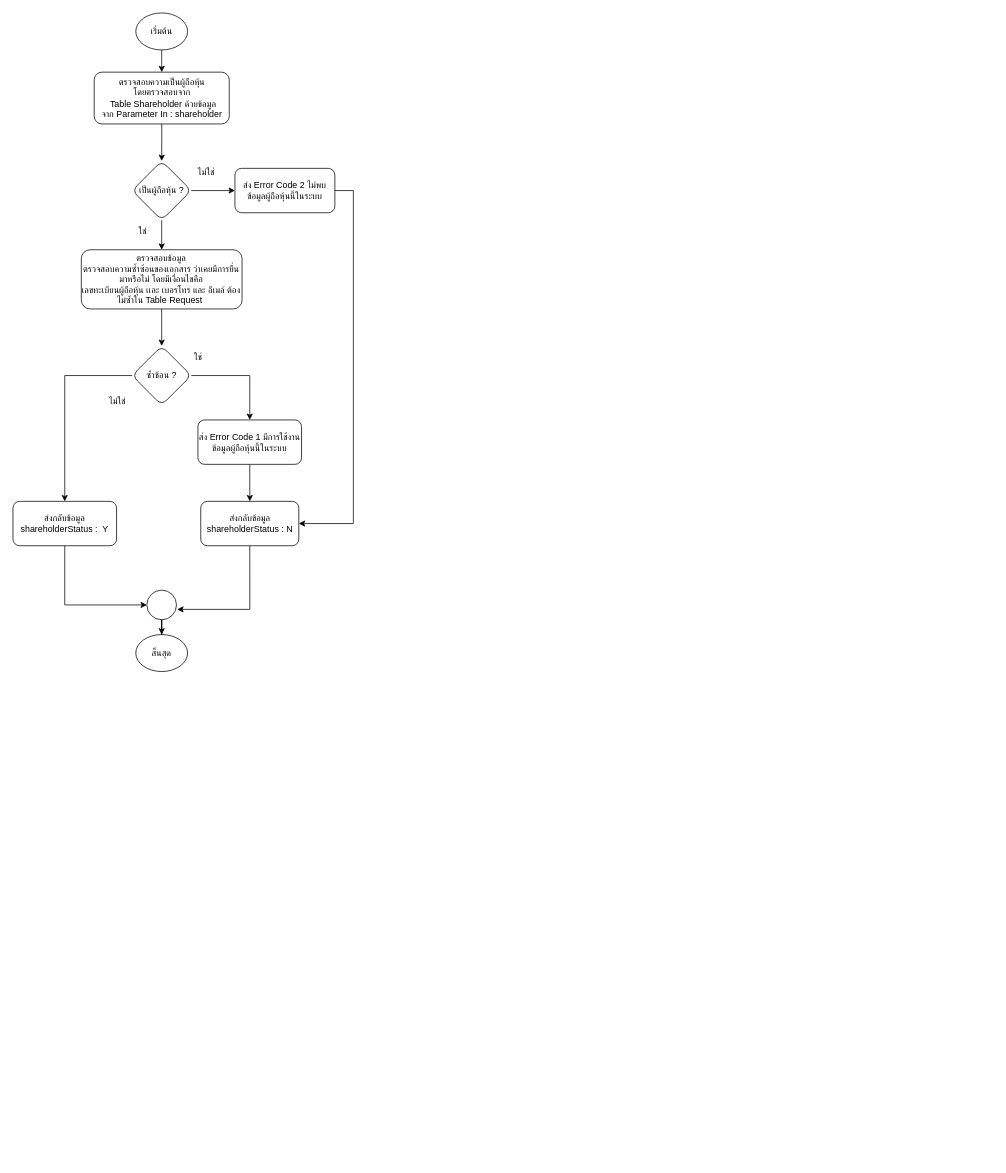
This is checkShareHolderAvailable.drawio from charifrodmanee/charifrodmanee, a draw.io file, before an edit. Source tidied: cells renumbered, new cells numbered last; positions are measured from the earlier drawing's top-left corner, leaving out a move shared by most shapes. Both pictures are drawn from the tidied source at 74%, with x=0, y=0 at pixel (13, 13).
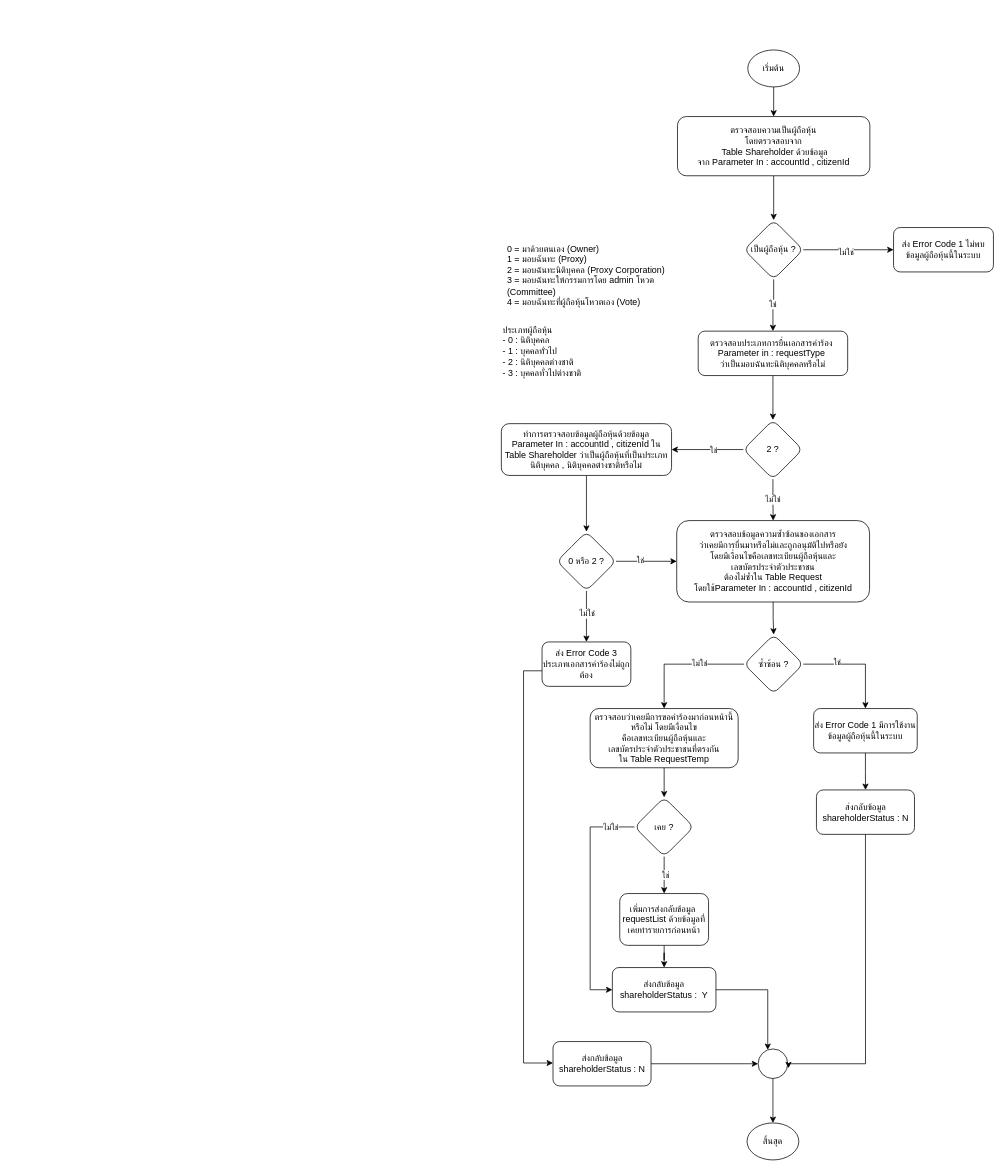
The same page after the edit.

Unchanged cells that the change refers to:
```xml
<mxCell id="17" style="edgeStyle=orthogonalEdgeStyle;rounded=0;jettySize=auto;html=1;" parent="1" edge="1" source="13" target="16">
  <mxGeometry relative="1" as="geometry" />
</mxCell>
```

Change to the diagram source:
```diff
@@
-    <mxCell id="2" style="edgeStyle=orthogonalEdgeStyle;rounded=0;jettySize=auto;html=1;" parent="1" edge="1" source="3" target="4">
-      <mxGeometry relative="1" as="geometry" />
-    </mxCell>
     <mxCell id="3" value="เริ่มต้น" style="ellipse;whiteSpace=wrap;html=1;" parent="1" vertex="1">
-      <mxGeometry x="166" width="70" height="50" as="geometry" />
+      <mxGeometry x="993" y="50" width="70" height="50" as="geometry" />
     </mxCell>
-    <mxCell id="4" value="ตรวจสอบความเป็นผู้ถือหุ้น &lt;br&gt;โดยตรวจสอบจาก&lt;br&gt;&amp;nbsp;Table Shareholder ด้วยข้อมูล&lt;br&gt;จาก Parameter In : shareholder" style="whiteSpace=wrap;html=1;rounded=1;" parent="1" vertex="1">
-      <mxGeometry x="109.8" y="80" width="182.5" height="70" as="geometry" />
-    </mxCell>
+    <mxCell id="29" style="edgeStyle=orthogonalEdgeStyle;rounded=0;jettySize=auto;html=1;" parent="1" edge="1" source="30" target="5">
+      <mxGeometry relative="1" as="geometry" />
+    </mxCell>
+    <mxCell id="30" value="ตรวจสอบความเป็นผู้ถือหุ้น &lt;br&gt;โดยตรวจสอบจาก&lt;br&gt;&amp;nbsp;Table Shareholder ด้วยข้อมูล&lt;br&gt;จาก Parameter In : accountId , citizenId" style="whiteSpace=wrap;html=1;rounded=1;" parent="1" vertex="1">
+      <mxGeometry x="898" y="140" width="260" height="80" as="geometry" />
+    </mxCell>
+    <mxCell id="31" style="edgeStyle=orthogonalEdgeStyle;rounded=0;jettySize=auto;html=1;" parent="1" edge="1" source="3" target="30">
+      <mxGeometry relative="1" as="geometry" />
+    </mxCell>
+    <mxCell id="32" style="edgeStyle=orthogonalEdgeStyle;rounded=0;jettySize=auto;html=1;" parent="1" edge="1" source="5" target="38">
+      <mxGeometry relative="1" as="geometry" />
+    </mxCell>
+    <mxCell id="33" value="ใช่" style="edgeLabel;html=1;align=center;verticalAlign=middle;" parent="32" vertex="1">
+      <mxGeometry x="-0.07" y="-2" relative="1" as="geometry" />
+    </mxCell>
     <mxCell id="5" value="เป็นผู้ถือหุ้น ?" style="rhombus;whiteSpace=wrap;html=1;rounded=1;" parent="1" vertex="1">
-      <mxGeometry x="161" y="200" width="80" height="80" as="geometry" />
+      <mxGeometry x="988" y="280" width="80" height="80" as="geometry" />
     </mxCell>
-    <mxCell id="6" style="edgeStyle=orthogonalEdgeStyle;rounded=0;jettySize=auto;html=1;" parent="1" edge="1" source="4" target="5">
-      <mxGeometry relative="1" as="geometry" />
-    </mxCell>
-    <mxCell id="7" value="ไม่ใช่" style="text;html=1;align=center;verticalAlign=middle;strokeColor=none;fillColor=none;" parent="1" vertex="1">
-      <mxGeometry x="236" y="200" width="50" height="30" as="geometry" />
-    </mxCell>
-    <mxCell id="8" value="ส่ง Error Code 2 ไม่พบข้อมูลผู้ถือหุ้นนี้ในระบบ" style="whiteSpace=wrap;html=1;rounded=1;" parent="1" vertex="1">
-      <mxGeometry x="300" y="210" width="135" height="60" as="geometry" />
-    </mxCell>
-    <mxCell id="9" style="edgeStyle=orthogonalEdgeStyle;rounded=0;jettySize=auto;html=1;" parent="1" edge="1" source="5" target="8">
-      <mxGeometry relative="1" as="geometry" />
-    </mxCell>
-    <mxCell id="10" value="ตรวจสอบข้อมูล&lt;br&gt;ตรวจสอบความซ้ำซ้อนของเอกสาร ว่าเคยมีการยื่นมาหรือไม่ โดยมีเงื่อนไขคือ &lt;br&gt;เลขทะเบียนผู้ถือหุ้น เเละ เบอรโทร และ อีเมล์ ต้องไม่ซ้ำใน Table Request&amp;nbsp;" style="whiteSpace=wrap;html=1;rounded=1;" parent="1" vertex="1">
-      <mxGeometry x="92.4" y="320" width="217.2" height="80" as="geometry" />
-    </mxCell>
-    <mxCell id="11" style="edgeStyle=orthogonalEdgeStyle;rounded=0;jettySize=auto;html=1;" parent="1" edge="1" source="5" target="10">
-      <mxGeometry relative="1" as="geometry" />
-    </mxCell>
-    <mxCell id="12" value="ใช่" style="text;html=1;align=center;verticalAlign=middle;strokeColor=none;fillColor=none;" parent="1" vertex="1">
-      <mxGeometry x="155" y="280" width="40" height="30" as="geometry" />
-    </mxCell>
+    <mxCell id="34" value="ส่ง Error Code 1 ไม่พบข้อมูลผู้ถือหุ้นนี้ในระบบ" style="whiteSpace=wrap;html=1;rounded=1;" parent="1" vertex="1">
+      <mxGeometry x="1190" y="290" width="135" height="60" as="geometry" />
+    </mxCell>
+    <mxCell id="35" style="edgeStyle=orthogonalEdgeStyle;rounded=0;jettySize=auto;html=1;" parent="1" edge="1" source="5" target="34">
+      <mxGeometry relative="1" as="geometry" />
+    </mxCell>
+    <mxCell id="36" value="ไม่ใช่" style="edgeLabel;html=1;align=center;verticalAlign=middle;" parent="35" vertex="1">
+      <mxGeometry x="-0.07" y="-2" relative="1" as="geometry" />
+    </mxCell>
+    <mxCell id="37" style="edgeStyle=orthogonalEdgeStyle;rounded=0;jettySize=auto;html=1;" parent="1" edge="1" source="38" target="43">
+      <mxGeometry relative="1" as="geometry" />
+    </mxCell>
+    <mxCell id="38" value="ตรวจสอบประเภทการยื่นเอกสารคำร้อง&amp;nbsp;&lt;br&gt;Parameter in : requestType&amp;nbsp;&lt;br&gt;ว่าเป็นมอบฉันทะนิติบุคคลหรือไม่" style="whiteSpace=wrap;html=1;rounded=1;" parent="1" vertex="1">
+      <mxGeometry x="926" y="430" width="202" height="60" as="geometry" />
+    </mxCell>
+    <mxCell id="39" style="edgeStyle=orthogonalEdgeStyle;rounded=0;jettySize=auto;html=1;" parent="1" edge="1" source="43" target="55">
+      <mxGeometry relative="1" as="geometry" />
+    </mxCell>
+    <mxCell id="40" value="ไม่ใช่" style="edgeLabel;html=1;align=center;verticalAlign=middle;" parent="39" vertex="1">
+      <mxGeometry x="-0.03" y="1" relative="1" as="geometry">
+        <mxPoint x="-2" as="offset" />
+      </mxGeometry>
+    </mxCell>
+    <mxCell id="41" style="edgeStyle=orthogonalEdgeStyle;rounded=0;jettySize=auto;html=1;" parent="1" edge="1" source="43" target="46">
+      <mxGeometry relative="1" as="geometry" />
+    </mxCell>
+    <mxCell id="42" value="ใช่" style="edgeLabel;html=1;align=center;verticalAlign=middle;" parent="41" vertex="1">
+      <mxGeometry x="-0.16" y="3" relative="1" as="geometry">
+        <mxPoint y="-3" as="offset" />
+      </mxGeometry>
+    </mxCell>
+    <mxCell id="43" value="2 ?" style="rhombus;whiteSpace=wrap;html=1;rounded=1;" parent="1" vertex="1">
+      <mxGeometry x="987" y="550" width="80" height="80" as="geometry" />
+    </mxCell>
+    <mxCell id="44" value="0 = มาด้วยตนเอง (Owner)&#10;1 = มอบฉันทะ (Proxy)&#10;2 = มอบฉันทะนิติบุคคล (Proxy Corporation)&#10;3 = มอบฉันทะให้กรรมการโดย admin โหวต (Committee)&#10;4 = มอบฉันทะที่ผู้ถือหุ้นโหวตเอง (Vote)" style="text;whiteSpace=wrap;html=1;" parent="1" vertex="1">
+      <mxGeometry x="666" y="305" width="260" height="110" as="geometry" />
+    </mxCell>
+    <mxCell id="45" style="edgeStyle=orthogonalEdgeStyle;rounded=0;jettySize=auto;html=1;" parent="1" edge="1" source="46" target="52">
+      <mxGeometry relative="1" as="geometry" />
+    </mxCell>
+    <mxCell id="46" value="ทำการตรวจสอบข้อมูลผู้ถือหุ้นด้วยข้อมูล Parameter In : accountId , citizenId ใน Table Shareholder ว่าเป็นผู้ถือหุ้นที่เป็นประเภทนิติบุคคล , นิติบุคคลต่างชาติหรือไม่" style="whiteSpace=wrap;html=1;rounded=1;" parent="1" vertex="1">
+      <mxGeometry x="660" y="555" width="230" height="70" as="geometry" />
+    </mxCell>
+    <mxCell id="47" value="ประเภทผู้ถือหุ้น&lt;br&gt;- 0 : นิติบุคคล&lt;br&gt;- 1 : บุคคลทั่วไป&lt;br&gt;- 2 : นิติบุคคลต่างชาติ&lt;br&gt;- 3 : บุคคลทั่วไปต่างชาติ" style="text;whiteSpace=wrap;html=1;" parent="1" vertex="1">
+      <mxGeometry x="660" y="415" width="160" height="100" as="geometry" />
+    </mxCell>
+    <mxCell id="48" style="edgeStyle=orthogonalEdgeStyle;rounded=0;jettySize=auto;html=1;" parent="1" edge="1" source="52" target="54">
+      <mxGeometry relative="1" as="geometry" />
+    </mxCell>
+    <mxCell id="49" value="ไม่ใช่" style="edgeLabel;html=1;align=center;verticalAlign=middle;" parent="48" vertex="1">
+      <mxGeometry x="-0.13" relative="1" as="geometry" />
+    </mxCell>
+    <mxCell id="50" style="edgeStyle=orthogonalEdgeStyle;rounded=0;jettySize=auto;html=1;" parent="1" edge="1" source="52" target="55">
+      <mxGeometry relative="1" as="geometry" />
+    </mxCell>
+    <mxCell id="51" value="ใช่" style="edgeLabel;html=1;align=center;verticalAlign=middle;" parent="50" vertex="1">
+      <mxGeometry x="-0.22" y="2" relative="1" as="geometry" />
+    </mxCell>
+    <mxCell id="52" value="0 หรือ 2 ?" style="rhombus;whiteSpace=wrap;html=1;rounded=1;" parent="1" vertex="1">
+      <mxGeometry x="735" y="701" width="80" height="80" as="geometry" />
+    </mxCell>
+    <mxCell id="53" style="edgeStyle=orthogonalEdgeStyle;rounded=0;jettySize=auto;html=1;" parent="1" edge="1" target="76">
+      <mxGeometry relative="1" as="geometry">
+        <mxPoint x="715" y="889" as="sourcePoint" />
+        <Array as="points">
+          <mxPoint x="690" y="889" />
+          <mxPoint x="690" y="1419" />
+        </Array>
+      </mxGeometry>
+    </mxCell>
+    <mxCell id="54" value="ส่ง Error Code 3 ประเภทเอกสารคำร้องไม่ถูกต้อง" style="whiteSpace=wrap;html=1;rounded=1;" parent="1" vertex="1">
+      <mxGeometry x="715" y="850" width="120" height="60" as="geometry" />
+    </mxCell>
+    <mxCell id="55" value="ตรวจสอบข้อมูลความซ้ำซ้อนของเอกสาร &lt;br&gt;ว่าเคยมีการยื่นมาหรือไม่และถูกอนุมัติไปหรือยัง &lt;br&gt;โดยมีเงื่อนไขคือเลขทะเบียนผู้ถือหุ้นและ &lt;br&gt;เลขบัตรประจำตัวประชาชน &lt;br&gt;ต้องไม่ซ้ำใน Table Request &lt;br&gt;โดยใช้Parameter In : accountId , citizenId" style="whiteSpace=wrap;html=1;rounded=1;" parent="1" vertex="1">
+      <mxGeometry x="897" y="686" width="260.6" height="110" as="geometry" />
+    </mxCell>
+    <mxCell id="56" style="edgeStyle=orthogonalEdgeStyle;rounded=0;jettySize=auto;html=1;" parent="1" edge="1" source="13" target="67">
+      <mxGeometry relative="1" as="geometry" />
+    </mxCell>
+    <mxCell id="57" value="ไม่ใช่" style="edgeLabel;html=1;align=center;verticalAlign=middle;" parent="56" vertex="1">
+      <mxGeometry x="-0.27" y="-2" relative="1" as="geometry" />
+    </mxCell>
     <mxCell id="13" value="ซ้ำซ้อน ?" style="rhombus;whiteSpace=wrap;html=1;rounded=1;" parent="1" vertex="1">
-      <mxGeometry x="161" y="450" width="80" height="80" as="geometry" />
+      <mxGeometry x="988" y="840" width="80" height="80" as="geometry" />
     </mxCell>
-    <mxCell id="14" style="edgeStyle=orthogonalEdgeStyle;rounded=0;jettySize=auto;html=1;" parent="1" edge="1" source="10" target="13">
-      <mxGeometry relative="1" as="geometry" />
-    </mxCell>
-    <mxCell id="15" style="edgeStyle=orthogonalEdgeStyle;rounded=0;jettySize=auto;html=1;endArrow=classic;endFill=1;" parent="1" edge="1" source="16" target="23">
-      <mxGeometry relative="1" as="geometry" />
-    </mxCell>
+    <mxCell id="58" style="edgeStyle=orthogonalEdgeStyle;rounded=0;jettySize=auto;html=1;" parent="1" edge="1" source="55" target="13">
+      <mxGeometry relative="1" as="geometry" />
+    </mxCell>
     <mxCell id="16" value="ส่ง Error Code 1 มีการใช้งานข้อมูลผู้ถือหุ้นนี้ในระบบ" style="whiteSpace=wrap;html=1;rounded=1;" parent="1" vertex="1">
-      <mxGeometry x="250" y="550" width="140" height="60" as="geometry" />
+      <mxGeometry x="1082" y="940" width="140" height="60" as="geometry" />
     </mxCell>
@@
+    <mxCell id="59" value="ใช่" style="edgeLabel;html=1;align=center;verticalAlign=middle;" parent="17" vertex="1">
+      <mxGeometry x="-0.38" y="3" relative="1" as="geometry" />
+    </mxCell>
     <mxCell id="18" value="ส่งกลับข้อมูล&lt;br&gt;shareholderStatus :&amp;nbsp; Y" style="whiteSpace=wrap;html=1;rounded=1;" parent="1" vertex="1">
-      <mxGeometry y="660" width="140" height="60" as="geometry" />
+      <mxGeometry x="810" y="1290" width="140" height="60" as="geometry" />
     </mxCell>
-    <mxCell id="19" style="edgeStyle=orthogonalEdgeStyle;rounded=0;jettySize=auto;html=1;" parent="1" edge="1" source="13" target="18">
-      <mxGeometry relative="1" as="geometry" />
-    </mxCell>
-    <mxCell id="20" value="ไม่ใช่" style="text;html=1;align=center;verticalAlign=middle;strokeColor=none;fillColor=none;" parent="1" vertex="1">
-      <mxGeometry x="116" y="510" width="50" height="30" as="geometry" />
-    </mxCell>
-    <mxCell id="21" value="ใช่" style="text;html=1;align=center;verticalAlign=middle;strokeColor=none;fillColor=none;" parent="1" vertex="1">
-      <mxGeometry x="230" y="450" width="40" height="30" as="geometry" />
-    </mxCell>
-    <mxCell id="22" style="edgeStyle=orthogonalEdgeStyle;rounded=0;jettySize=auto;html=1;entryX=1.025;entryY=0.65;entryDx=0;entryDy=0;entryPerimeter=0;endArrow=classic;endFill=1;exitX=0.5;exitY=1;exitDx=0;exitDy=0;" parent="1" edge="1" source="23" target="25">
-      <mxGeometry relative="1" as="geometry">
-        <Array as="points">
-          <mxPoint x="320" y="806" />
-        </Array>
-      </mxGeometry>
-    </mxCell>
-    <mxCell id="23" value="ส่งกลับข้อมูล&lt;br&gt;shareholderStatus : N" style="whiteSpace=wrap;html=1;rounded=1;" parent="1" vertex="1">
-      <mxGeometry x="253.8" y="660" width="132.5" height="60" as="geometry" />
-    </mxCell>
-    <mxCell id="24" style="edgeStyle=orthogonalEdgeStyle;rounded=0;jettySize=auto;html=1;" parent="1" edge="1" source="8" target="23">
-      <mxGeometry relative="1" as="geometry">
-        <Array as="points">
-          <mxPoint x="460" y="240" />
-          <mxPoint x="460" y="690" />
-        </Array>
-      </mxGeometry>
-    </mxCell>
-    <mxCell id="25" style="ellipse;whiteSpace=wrap;html=1;rounded=1;" parent="1" vertex="1">
-      <mxGeometry x="181" y="780" width="40" height="40" as="geometry" />
-    </mxCell>
-    <mxCell id="26" style="edgeStyle=orthogonalEdgeStyle;rounded=0;jettySize=auto;html=1;endArrow=classic;endFill=1;" parent="1" edge="1" source="18" target="25">
-      <mxGeometry relative="1" as="geometry">
-        <Array as="points">
-          <mxPoint x="70" y="800" />
-        </Array>
-      </mxGeometry>
-    </mxCell>
+    <mxCell id="60" value="ส่งกลับข้อมูล&lt;br&gt;shareholderStatus : N" style="whiteSpace=wrap;html=1;rounded=1;" parent="1" vertex="1">
+      <mxGeometry x="1085.8" y="1050" width="132.5" height="60" as="geometry" />
+    </mxCell>
+    <mxCell id="61" style="edgeStyle=orthogonalEdgeStyle;rounded=0;jettySize=auto;html=1;endArrow=classic;endFill=1;" parent="1" edge="1" source="16" target="60">
+      <mxGeometry relative="1" as="geometry" />
+    </mxCell>
+    <mxCell id="62" style="ellipse;whiteSpace=wrap;html=1;rounded=1;" parent="1" vertex="1">
+      <mxGeometry x="1007" y="1400" width="40" height="40" as="geometry" />
+    </mxCell>
+    <mxCell id="63" style="edgeStyle=orthogonalEdgeStyle;rounded=0;jettySize=auto;html=1;entryX=1.025;entryY=0.65;entryDx=0;entryDy=0;entryPerimeter=0;endArrow=classic;endFill=1;exitX=0.5;exitY=1;exitDx=0;exitDy=0;" parent="1" edge="1" source="60" target="62">
+      <mxGeometry relative="1" as="geometry">
+        <Array as="points">
+          <mxPoint x="1152" y="1420" />
+          <mxPoint x="1048" y="1420" />
+        </Array>
+      </mxGeometry>
+    </mxCell>
+    <mxCell id="64" style="edgeStyle=orthogonalEdgeStyle;rounded=0;jettySize=auto;html=1;endArrow=classic;endFill=1;exitX=1;exitY=0.5;exitDx=0;exitDy=0;" parent="1" edge="1" source="18" target="62">
+      <mxGeometry relative="1" as="geometry">
+        <Array as="points">
+          <mxPoint x="1020" y="1320" />
+        </Array>
+      </mxGeometry>
+    </mxCell>
     <mxCell id="27" value="สิ้นสุด" style="ellipse;whiteSpace=wrap;html=1;" parent="1" vertex="1">
-      <mxGeometry x="166" y="840" width="70" height="50" as="geometry" />
+      <mxGeometry x="992" y="1500" width="70" height="50" as="geometry" />
     </mxCell>
-    <mxCell id="28" style="edgeStyle=orthogonalEdgeStyle;rounded=0;jettySize=auto;html=1;endArrow=classic;endFill=1;" parent="1" edge="1" source="25" target="27">
-      <mxGeometry relative="1" as="geometry" />
-    </mxCell>
+    <mxCell id="65" style="edgeStyle=orthogonalEdgeStyle;rounded=0;jettySize=auto;html=1;endArrow=classic;endFill=1;" parent="1" edge="1" source="62" target="27">
+      <mxGeometry relative="1" as="geometry" />
+    </mxCell>
+    <mxCell id="66" style="edgeStyle=orthogonalEdgeStyle;rounded=0;jettySize=auto;html=1;" parent="1" edge="1" source="67" target="72">
+      <mxGeometry relative="1" as="geometry" />
+    </mxCell>
+    <mxCell id="67" value="ตรวจสอบว่าเคยมีการขอคำร้องมาก่อนหน้านี้หรือไม่ โดยมีเงื่อนไข&lt;br&gt;คือเลขทะเบียนผู้ถือหุ้นและ&lt;br&gt;เลขบัตรประจำตัวประชาชนที่ตรงกัน&lt;br&gt;ใน Table RequestTemp" style="whiteSpace=wrap;html=1;rounded=1;" parent="1" vertex="1">
+      <mxGeometry x="780" y="940" width="200" height="80" as="geometry" />
+    </mxCell>
+    <mxCell id="68" style="edgeStyle=orthogonalEdgeStyle;rounded=0;jettySize=auto;html=1;" parent="1" edge="1" source="72" target="74">
+      <mxGeometry relative="1" as="geometry" />
+    </mxCell>
+    <mxCell id="69" value="ใช่" style="edgeLabel;html=1;align=center;verticalAlign=middle;" parent="68" vertex="1">
+      <mxGeometry x="-0.05" y="1" relative="1" as="geometry" />
+    </mxCell>
+    <mxCell id="70" style="edgeStyle=orthogonalEdgeStyle;rounded=0;jettySize=auto;html=1;entryX=0;entryY=0.5;entryDx=0;entryDy=0;" parent="1" edge="1" source="72" target="18">
+      <mxGeometry relative="1" as="geometry">
+        <Array as="points">
+          <mxPoint x="780" y="1100" />
+          <mxPoint x="780" y="1320" />
+        </Array>
+      </mxGeometry>
+    </mxCell>
+    <mxCell id="71" value="ไม่ใช่" style="edgeLabel;html=1;align=center;verticalAlign=middle;" parent="70" vertex="1">
+      <mxGeometry x="-0.79" relative="1" as="geometry" />
+    </mxCell>
+    <mxCell id="72" value="เคย ?" style="rhombus;whiteSpace=wrap;html=1;rounded=1;" parent="1" vertex="1">
+      <mxGeometry x="840" y="1060" width="80" height="80" as="geometry" />
+    </mxCell>
+    <mxCell id="73" style="edgeStyle=orthogonalEdgeStyle;rounded=0;jettySize=auto;html=1;" parent="1" edge="1" source="74" target="18">
+      <mxGeometry relative="1" as="geometry" />
+    </mxCell>
+    <mxCell id="74" value="เพิ่มการส่งกลับข้อมูล&amp;nbsp;&lt;br&gt;requestList ด้วยข้อมูลที่เคยทำรายการก่อนหน้า" style="whiteSpace=wrap;html=1;rounded=1;" parent="1" vertex="1">
+      <mxGeometry x="820" y="1190" width="120" height="70" as="geometry" />
+    </mxCell>
+    <mxCell id="75" style="edgeStyle=orthogonalEdgeStyle;rounded=0;jettySize=auto;html=1;entryX=0;entryY=0.5;entryDx=0;entryDy=0;" parent="1" edge="1" source="76" target="62">
+      <mxGeometry relative="1" as="geometry" />
+    </mxCell>
+    <mxCell id="76" value="ส่งกลับข้อมูล&lt;br&gt;shareholderStatus : N" style="whiteSpace=wrap;html=1;rounded=1;" parent="1" vertex="1">
+      <mxGeometry x="729.8" y="1390" width="132.5" height="60" as="geometry" />
+    </mxCell>
```
